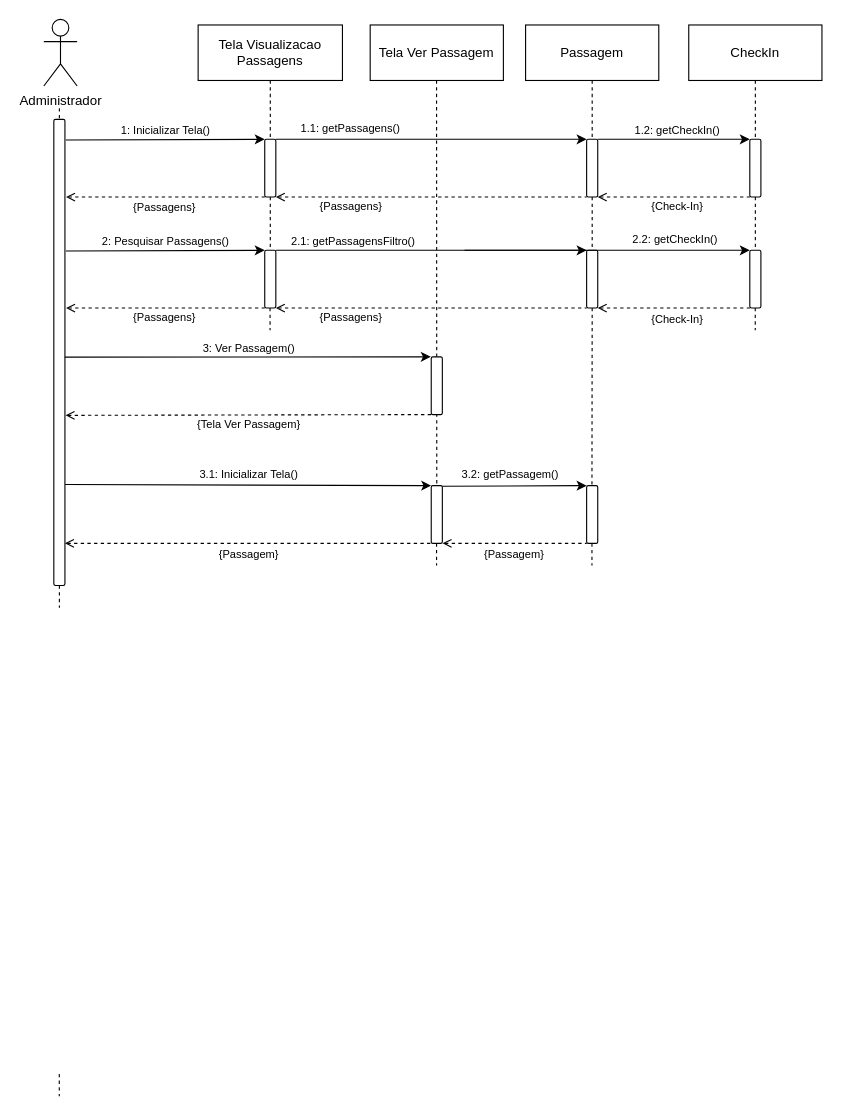
GabrielGMori/trabalho-conclus-o-ano keeps this draw.io diagram as Diagramas/Eng_de_Software/Modelos/Sequencia/Ver_Passagens.drawio. Above is the earlier version. Source tidied: cells renumbered, new cells numbered last; positions are measured from the earlier drawing's top-left corner, leaving out a move shared by most shapes. Both pictures are drawn from the tidied source at 111%, with x=0, y=0 at pixel (43, 19).
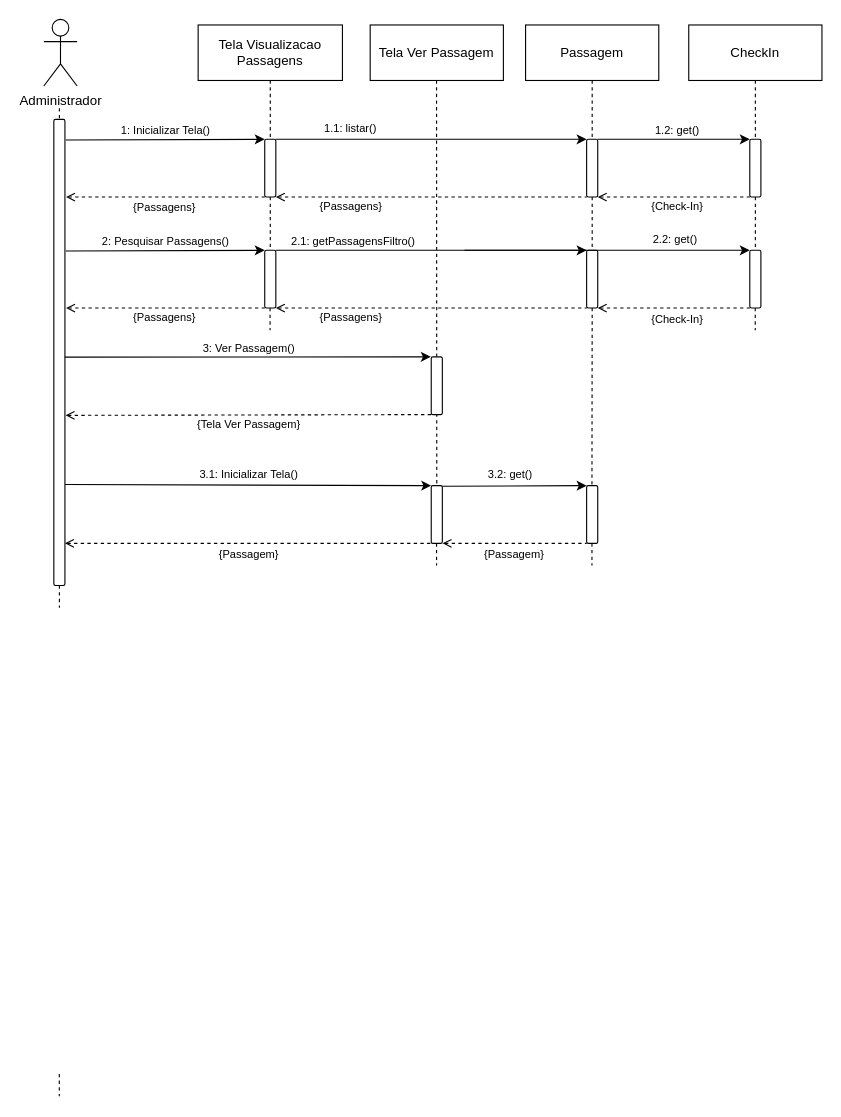
The same page after the edit.

The edit, as a diff of the source:
```diff
@@
-    <mxCell id="17" value="&lt;font&gt;1.1: get&lt;/font&gt;Passagen&lt;font&gt;s()&lt;/font&gt;" style="text;html=1;align=center;verticalAlign=middle;whiteSpace=wrap;rounded=0;fontSize=10;" parent="1" vertex="1">
+    <mxCell id="17" value="&lt;font&gt;1.1: listar&lt;/font&gt;&lt;font&gt;()&lt;/font&gt;" style="text;html=1;align=center;verticalAlign=middle;whiteSpace=wrap;rounded=0;fontSize=10;" parent="1" vertex="1">
       <mxGeometry x="209" y="88" width="135" height="20" as="geometry" />
     </mxCell>
@@
-    <mxCell id="42" value="&lt;font&gt;1.2: get&lt;/font&gt;&lt;font&gt;CheckIn()&lt;/font&gt;" style="text;html=1;align=center;verticalAlign=middle;whiteSpace=wrap;rounded=0;fontSize=10;" parent="1" vertex="1">
+    <mxCell id="42" value="&lt;font&gt;1.2: get&lt;/font&gt;&lt;font&gt;()&lt;/font&gt;" style="text;html=1;align=center;verticalAlign=middle;whiteSpace=wrap;rounded=0;fontSize=10;" parent="1" vertex="1">
       <mxGeometry x="501" y="90" width="140" height="20" as="geometry" />
     </mxCell>
@@
-    <mxCell id="44" value="&lt;font&gt;2.2: get&lt;/font&gt;&lt;font&gt;CheckIn()&lt;/font&gt;" style="text;html=1;align=center;verticalAlign=middle;whiteSpace=wrap;rounded=0;fontSize=10;" parent="1" vertex="1">
+    <mxCell id="44" value="&lt;font&gt;2.2: get&lt;/font&gt;&lt;font&gt;()&lt;/font&gt;" style="text;html=1;align=center;verticalAlign=middle;whiteSpace=wrap;rounded=0;fontSize=10;" parent="1" vertex="1">
       <mxGeometry x="499" y="188" width="140" height="20" as="geometry" />
     </mxCell>
@@
-    <mxCell id="66" value="&lt;font&gt;3.2: getPassagem()&lt;/font&gt;" style="text;html=1;align=center;verticalAlign=middle;whiteSpace=wrap;rounded=0;fontSize=10;" parent="1" vertex="1">
+    <mxCell id="66" value="&lt;font&gt;3.2: get()&lt;/font&gt;" style="text;html=1;align=center;verticalAlign=middle;whiteSpace=wrap;rounded=0;fontSize=10;" parent="1" vertex="1">
       <mxGeometry x="364" y="400" width="112.5" height="20" as="geometry" />
     </mxCell>
```
